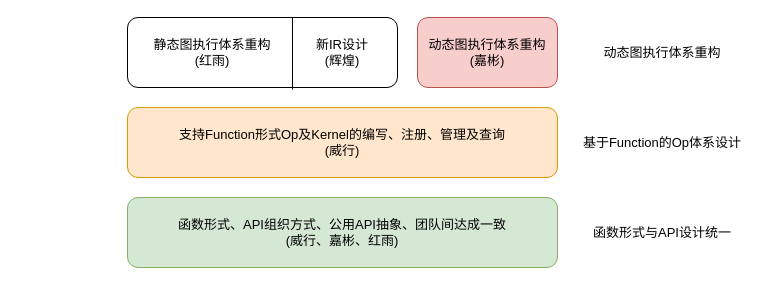
This is page "all-works" (9 of 13) of paddle_framework.drawio from chenwhql/diagrams, a draw.io file, before an edit. Source tidied: cells renumbered, new cells numbered last; positions are measured from the earlier drawing's top-left corner, leaving out a move shared by most shapes. Both pictures are drawn from the tidied source at 100%, with x=0, y=0 at pixel (117, 17).
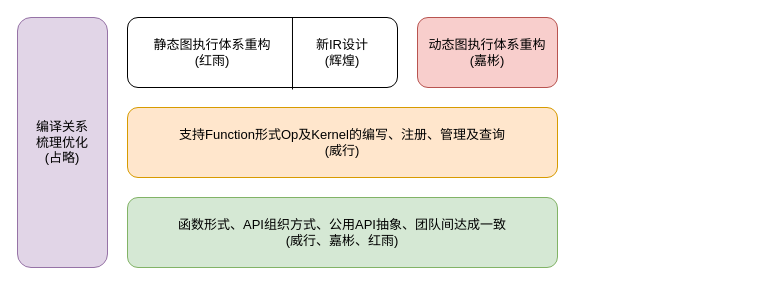
After the change.

Change to the diagram source:
```diff
@@
 <mxGraphModel>
   <root>
     <mxCell id="0" />
     <mxCell id="1" parent="0" />
     <mxCell id="2" value="函数形式、API组织方式、公用API抽象、团队间达成一致&lt;br style=&quot;font-size: 13px;&quot;&gt;(威行、嘉彬、红雨)" style="rounded=1;whiteSpace=wrap;html=1;spacingTop=0;fontSize=13;fillColor=#d5e8d4;strokeColor=#82b366;" parent="1" vertex="1">
       <mxGeometry x="10" y="180" width="430" height="70" as="geometry" />
     </mxCell>
     <mxCell id="3" value="支持Function形式Op及Kernel的编写、注册、管理及查询&lt;br style=&quot;font-size: 13px&quot;&gt;(威行)" style="rounded=1;whiteSpace=wrap;html=1;spacingTop=0;fontSize=13;fillColor=#ffe6cc;strokeColor=#d79b00;" parent="1" vertex="1">
       <mxGeometry x="10" y="90" width="430" height="70" as="geometry" />
     </mxCell>
     <mxCell id="4" value="动态图执行体系重构&lt;br style=&quot;font-size: 13px&quot;&gt;(嘉彬)" style="rounded=1;whiteSpace=wrap;html=1;spacingTop=0;fontSize=13;fillColor=#f8cecc;strokeColor=#b85450;" parent="1" vertex="1">
       <mxGeometry x="300" width="140" height="70" as="geometry" />
     </mxCell>
     <mxCell id="5" style="rounded=1;whiteSpace=wrap;html=1;spacingTop=0;fontSize=13;" parent="1" vertex="1">
       <mxGeometry x="10" width="270" height="70" as="geometry" />
     </mxCell>
     <mxCell id="6" value="静态图执行体系重构&lt;br&gt;(红雨)" style="text;html=1;strokeColor=none;fillColor=none;align=center;verticalAlign=middle;whiteSpace=wrap;rounded=0;fontSize=13;" parent="1" vertex="1">
       <mxGeometry y="15" width="190" height="40" as="geometry" />
     </mxCell>
     <mxCell id="7" value="新IR设计&lt;br&gt;(辉煌)" style="text;html=1;strokeColor=none;fillColor=none;align=center;verticalAlign=middle;whiteSpace=wrap;rounded=0;fontSize=13;" parent="1" vertex="1">
       <mxGeometry x="175" y="15" width="100" height="40" as="geometry" />
     </mxCell>
     <mxCell id="8" style="endArrow=none;html=1;fontSize=13;exitX=0.611;exitY=0;exitDx=0;exitDy=0;exitPerimeter=0;" parent="1" edge="1" source="5">
       <mxGeometry relative="1" as="geometry">
         <mxPoint x="175" y="72" as="targetPoint" />
       </mxGeometry>
     </mxCell>
-    <mxCell id="9" value="函数形式与API设计统一" style="text;html=1;strokeColor=none;fillColor=none;align=center;verticalAlign=middle;whiteSpace=wrap;rounded=0;fontSize=13;" parent="1" vertex="1">
-      <mxGeometry x="460" y="205" width="170" height="20" as="geometry" />
-    </mxCell>
-    <mxCell id="10" value="基于Function的Op体系设计" style="text;html=1;strokeColor=none;fillColor=none;align=center;verticalAlign=middle;whiteSpace=wrap;rounded=0;fontSize=13;" parent="1" vertex="1">
-      <mxGeometry x="460" y="115" width="170" height="20" as="geometry" />
-    </mxCell>
-    <mxCell id="11" value="动态图执行体系重构" style="text;html=1;strokeColor=none;fillColor=none;align=center;verticalAlign=middle;whiteSpace=wrap;rounded=0;fontSize=13;" parent="1" vertex="1">
-      <mxGeometry x="460" y="25" width="170" height="20" as="geometry" />
-    </mxCell>
+    <mxCell id="12" value="编译关系&lt;br&gt;梳理优化&lt;br style=&quot;font-size: 13px&quot;&gt;(占略)" style="rounded=1;whiteSpace=wrap;html=1;spacingTop=0;fontSize=13;fillColor=#e1d5e7;strokeColor=#9673a6;" parent="1" vertex="1">
+      <mxGeometry x="-100" width="90" height="250" as="geometry" />
+    </mxCell>
   </root>
 </mxGraphModel>
```
